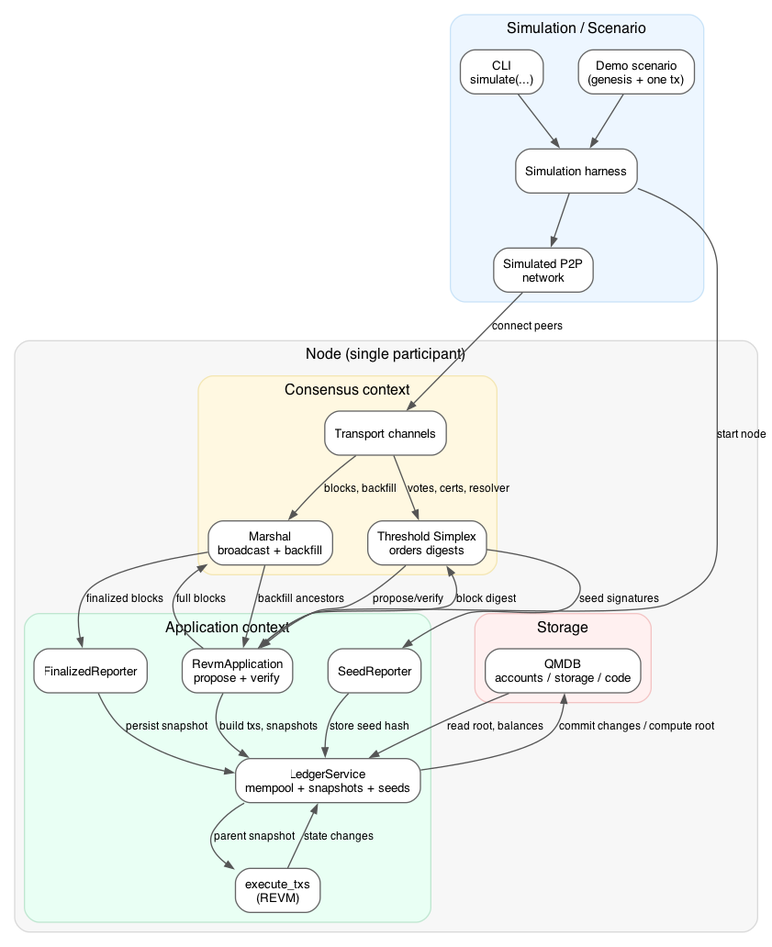
Above: examples/revm/docs/revm_architecture.png in commonwarexyz/monorepo (Graphviz), before the change. Its source is kept beside it as examples/revm/docs/revm_architecture.dot.
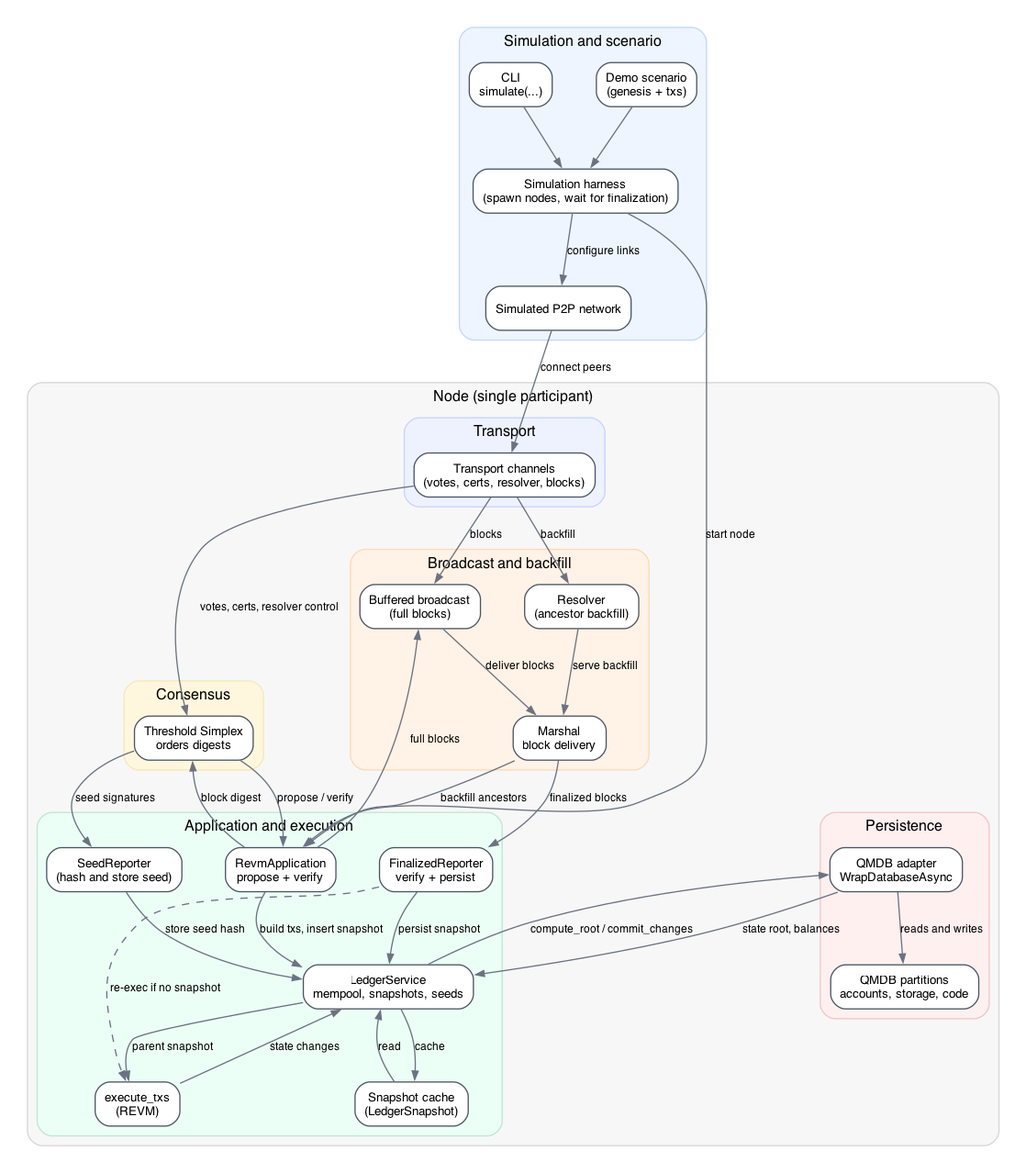
After the commit.

Commit message:
docs(revm): improve diagrams

What changed in the source:
```diff
@@ -1,101 +1,138 @@
 digraph revm_architecture {
-  rankdir=TB;
-  splines=true;
-  nodesep=0.4;
-  ranksep=0.6;
-  fontname="Helvetica";
-  fontsize=12;
+  graph [
+    rankdir=TB,
+    bgcolor="white",
+    pad="0.2",
+    nodesep=0.5,
+    ranksep=0.7,
+    fontname="Helvetica",
+    fontsize=12,
+    splines=true
+  ];
 
   node [
     shape=box,
     style="rounded,filled",
     fillcolor="white",
-    color="#666666",
+    color="#4B5563",
     fontname="Helvetica",
     fontsize=10
   ];
   edge [
-    color="#555555",
+    color="#6B7280",
     fontname="Helvetica",
     fontsize=9,
     arrowsize=0.7
   ];
 
   subgraph cluster_sim {
-    label="Simulation / Scenario";
+    label="Simulation and scenario";
     style="rounded,filled";
-    color="#C9E3F8";
-    fillcolor="#EDF6FF";
+    color="#BFD7FF";
+    fillcolor="#EEF5FF";
 
-    CLI[label="CLI\nsimulate(...)"];
-    Demo[label="Demo scenario\n(genesis + one tx)"];
-    SimHarness[label="Simulation harness"];
-    SimNet[label="Simulated P2P\nnetwork"];
+    CLI[label="CLI\nsimulate(...)" ];
+    Demo[label="Demo scenario\n(genesis + txs)"];
+    SimHarness[label="Simulation harness\n(spawn nodes, wait for finalization)"];
+    SimNet[label="Simulated P2P network"];
 
     CLI -> SimHarness;
     Demo -> SimHarness;
-    SimHarness -> SimNet;
+    SimHarness -> SimNet [label="configure links"];
   }
 
   subgraph cluster_node {
     label="Node (single participant)";
     style="rounded,filled";
-    color="#D9D9D9";
+    color="#D6D6D6";
     fillcolor="#F7F7F7";
 
+    subgraph cluster_transport {
+      label="Transport";
+      style="rounded,filled";
+      color="#C7D2FE";
+      fillcolor="#EEF2FF";
+
+      Transport[label="Transport channels\n(votes, certs, resolver, blocks)"];
+    }
+
     subgraph cluster_consensus {
-      label="Consensus context";
+      label="Consensus";
       style="rounded,filled";
-      color="#F3E6B3";
-      fillcolor="#FFF8E1";
+      color="#F6E7B8";
+      fillcolor="#FFF7DD";
 
       Simplex[label="Threshold Simplex\norders digests"];
-      Marshal[label="Marshal\nbroadcast + backfill"];
-      P2P[label="Transport channels"];
+    }
 
-      P2P -> Simplex [label="votes, certs, resolver"];
-      P2P -> Marshal [label="blocks, backfill"];
+    subgraph cluster_broadcast {
+      label="Broadcast and backfill";
+      style="rounded,filled";
+      color="#FFD8B5";
+      fillcolor="#FFF2E6";
+
+      Broadcast[label="Buffered broadcast\n(full blocks)"];
+      Resolver[label="Resolver\n(ancestor backfill)"];
+      Marshal[label="Marshal\nblock delivery"];
+
+      { rank = same; Broadcast; Resolver; }
+      Broadcast -> Marshal [label="deliver blocks"];
+      Resolver -> Marshal [label="serve backfill"];
     }
 
     subgraph cluster_app {
-      label="Application context";
+      label="Application and execution";
       style="rounded,filled";
       color="#BFE6D0";
-      fillcolor="#E9FFF4";
+      fillcolor="#ECFFF6";
 
       App[label="RevmApplication\npropose + verify"];
-      Ledger[label="LedgerService\nmempool + snapshots + seeds"];
+      Ledger[label="LedgerService\nmempool, snapshots, seeds"];
       Exec[label="execute_txs\n(REVM)"];
-      SeedRep[label="SeedReporter"];
-      FinalRep[label="FinalizedReporter"];
+      SeedRep[label="SeedReporter\n(hash and store seed)"];
+      FinalRep[label="FinalizedReporter\nverify + persist"];
+      Snapshot[label="Snapshot cache\n(LedgerSnapshot)"];
+
+      App -> Ledger [label="build txs, insert snapshot"];
+      Ledger -> Exec [label="parent snapshot"];
+      Exec -> Ledger [label="state changes"];
+      Ledger -> Snapshot [label="cache"];
+      Snapshot -> Ledger [label="read"];
     }
 
     subgraph cluster_storage {
-      label="Storage";
+      label="Persistence";
       style="rounded,filled";
       color="#F3C4C4";
       fillcolor="#FFF0F0";
 
-      QMDB[label="QMDB\naccounts / storage / code"];
+      QMDB[label="QMDB partitions\naccounts, storage, code"];
+      QmdbAdapter[label="QMDB adapter\nWrapDatabaseAsync"];
+
+      QmdbAdapter -> QMDB [label="reads and writes"];
     }
   }
 
-  SimNet -> P2P [label="connect peers"];
+  SimNet -> Transport [label="connect peers"];
   SimHarness -> App [label="start node"];
 
-  Simplex -> App [label="propose/verify"];
+  Transport -> Simplex [label="votes, certs, resolver control"];
+  Transport -> Broadcast [label="blocks"];
+  Transport -> Resolver [label="backfill"];
+
+  Simplex -> App [label="propose / verify"];
   App -> Simplex [label="block digest"];
-  App -> Marshal [label="full blocks"];
+
+  App -> Broadcast [label="full blocks"];
   Marshal -> App [label="backfill ancestors"];
+  Marshal -> FinalRep [label="finalized blocks"];
 
   Simplex -> SeedRep [label="seed signatures"];
-  Marshal -> FinalRep [label="finalized blocks"];
   SeedRep -> Ledger [label="store seed hash"];
   FinalRep -> Ledger [label="persist snapshot"];
 
-  App -> Ledger [label="build txs, snapshots"];
-  Ledger -> Exec [label="parent snapshot"];
-  Exec -> Ledger [label="state changes"];
-  Ledger -> QMDB [label="commit changes / compute root"];
-  QMDB -> Ledger [label="read root, balances"];
+  Ledger -> QmdbAdapter [label="compute_root / commit_changes"];
+  QmdbAdapter -> Ledger [label="state root, balances"];
+
+  FinalRep -> Exec [style=dashed, label="re-exec if no snapshot"];
 }
```
